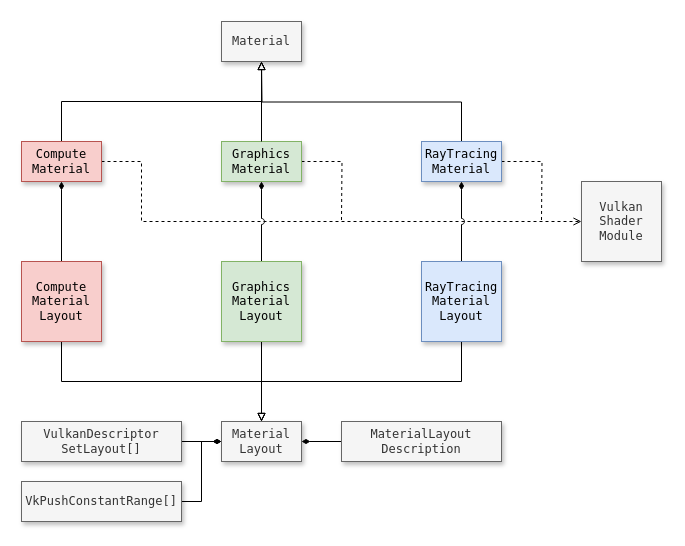
Above: _static/images/material/material_class_diagram.drawio in TimZoet/SOL-manual (draw.io), before the change. Source tidied: cells renumbered, new cells numbered last; positions are measured from the earlier drawing's top-left corner, leaving out a move shared by most shapes. Both pictures are drawn from the tidied source at 100%, with x=0, y=0 at pixel (21, 21).
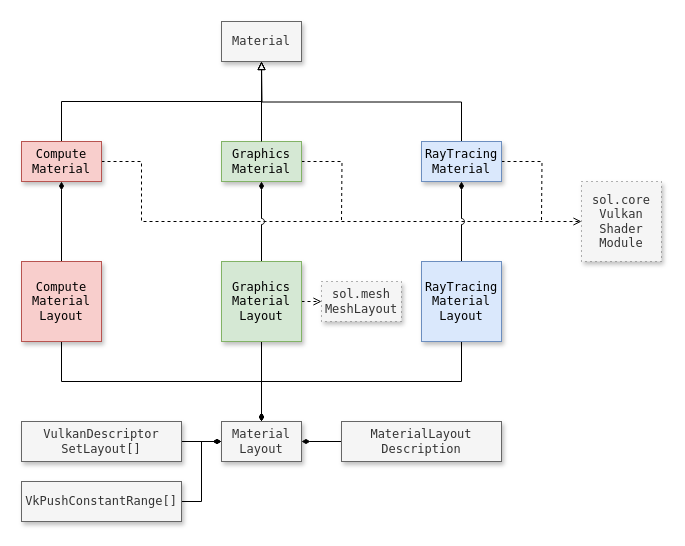
The same page after the edit.

Unchanged cells that the change refers to:
```xml
<mxCell id="13" value="Material&lt;br&gt;Layout" style="rounded=0;whiteSpace=wrap;html=1;shadow=1;fontFamily=Lucida Console;fillColor=#f5f5f5;fontColor=#333333;strokeColor=#666666;" parent="1" vertex="1">
  <mxGeometry x="200" y="400" width="80" height="40" as="geometry" />
</mxCell>
<mxCell id="15" value="Compute&lt;br&gt;Material&lt;br&gt;Layout" style="rounded=0;shadow=1;fontFamily=Lucida Console;fillColor=#f8cecc;strokeColor=#b85450;align=center;html=1;whiteSpace=wrap;" parent="1" vertex="1">
  <mxGeometry y="240" width="80" height="80" as="geometry" />
</mxCell>
<mxCell id="22" value="Graphics&lt;br&gt;Material&lt;br&gt;Layout" style="rounded=0;whiteSpace=wrap;html=1;shadow=1;fontFamily=Lucida Console;fillColor=#d5e8d4;strokeColor=#82b366;verticalAlign=middle;" parent="1" vertex="1">
  <mxGeometry x="200" y="240" width="80" height="80" as="geometry" />
</mxCell>
<mxCell id="24" value="RayTracing&lt;br&gt;Material&lt;br&gt;Layout" style="rounded=0;whiteSpace=wrap;html=1;shadow=1;fontFamily=Lucida Console;fillColor=#dae8fc;strokeColor=#6c8ebf;" parent="1" vertex="1">
  <mxGeometry x="400" y="240" width="80" height="80" as="geometry" />
</mxCell>
```

What changed in the source:
```diff
@@
-    <mxCell id="2" value="Material" style="rounded=0;whiteSpace=wrap;html=1;shadow=1;fontFamily=Lucida Console;fillColor=#f5f5f5;fontColor=#333333;strokeColor=#666666;" parent="1" vertex="1">
+    <mxCell id="2" value="Material" style="rounded=0;whiteSpace=wrap;html=1;shadow=1;fontFamily=Lucida Console;fillColor=#f5f5f5;strokeColor=#666666;fontColor=#333333;" parent="1" vertex="1">
       <mxGeometry x="200" width="80" height="40" as="geometry" />
     </mxCell>
@@
-    <mxCell id="11" style="edgeStyle=orthogonalEdgeStyle;rounded=0;jumpStyle=none;html=1;exitX=0.5;exitY=1;exitDx=0;exitDy=0;entryX=0.5;entryY=0;entryDx=0;entryDy=0;fontFamily=Lucida Console;startArrow=none;startFill=0;endArrow=block;endFill=0;" parent="1" edge="1" source="22" target="13">
+    <mxCell id="11" style="edgeStyle=orthogonalEdgeStyle;rounded=0;jumpStyle=none;html=1;exitX=0.5;exitY=1;exitDx=0;exitDy=0;entryX=0.5;entryY=0;entryDx=0;entryDy=0;fontFamily=Lucida Console;startArrow=none;startFill=0;endArrow=diamondThin;endFill=1;" parent="1" edge="1" source="22" target="13">
       <mxGeometry relative="1" as="geometry" />
     </mxCell>
@@
-    <mxCell id="14" style="edgeStyle=orthogonalEdgeStyle;rounded=0;jumpStyle=none;html=1;exitX=0.5;exitY=1;exitDx=0;exitDy=0;entryX=0.5;entryY=0;entryDx=0;entryDy=0;fontFamily=Lucida Console;startArrow=none;startFill=0;endArrow=block;endFill=0;" parent="1" edge="1" source="15" target="13">
+    <mxCell id="14" style="edgeStyle=orthogonalEdgeStyle;rounded=0;jumpStyle=none;html=1;exitX=0.5;exitY=1;exitDx=0;exitDy=0;entryX=0.5;entryY=0;entryDx=0;entryDy=0;fontFamily=Lucida Console;startArrow=none;startFill=0;endArrow=diamondThin;endFill=1;" parent="1" edge="1" source="15" target="13">
       <mxGeometry relative="1" as="geometry" />
     </mxCell>
@@
+    <mxCell id="29" style="edgeStyle=none;html=1;exitX=1;exitY=0.5;exitDx=0;exitDy=0;entryX=0;entryY=0.5;entryDx=0;entryDy=0;dashed=1;endArrow=open;endFill=0;" parent="1" edge="1" source="22" target="30">
+      <mxGeometry relative="1" as="geometry" />
+    </mxCell>
@@
-    <mxCell id="23" style="edgeStyle=orthogonalEdgeStyle;rounded=0;jumpStyle=none;html=1;exitX=0.5;exitY=1;exitDx=0;exitDy=0;entryX=0.5;entryY=0;entryDx=0;entryDy=0;fontFamily=Lucida Console;startArrow=none;startFill=0;endArrow=block;endFill=0;" parent="1" edge="1" source="24" target="13">
+    <mxCell id="23" style="edgeStyle=orthogonalEdgeStyle;rounded=0;jumpStyle=none;html=1;exitX=0.5;exitY=1;exitDx=0;exitDy=0;entryX=0.5;entryY=0;entryDx=0;entryDy=0;fontFamily=Lucida Console;startArrow=none;startFill=0;endArrow=diamondThin;endFill=1;" parent="1" edge="1" source="24" target="13">
       <mxGeometry relative="1" as="geometry" />
     </mxCell>
@@
-    <mxCell id="25" value="Vulkan&lt;br&gt;Shader&lt;br&gt;Module" style="rounded=0;whiteSpace=wrap;html=1;shadow=1;fontFamily=Lucida Console;fillColor=#f5f5f5;fontColor=#333333;strokeColor=#666666;" parent="1" vertex="1">
+    <mxCell id="25" value="sol.core&lt;br&gt;Vulkan&lt;br&gt;Shader&lt;br&gt;Module" style="rounded=0;whiteSpace=wrap;html=1;shadow=1;fontFamily=Lucida Console;fillColor=#f5f5f5;fontColor=#333333;strokeColor=#666666;dashed=1;dashPattern=1 4;" parent="1" vertex="1">
       <mxGeometry x="560" y="160" width="80" height="80" as="geometry" />
     </mxCell>
@@
+    <mxCell id="30" value="sol.mesh&lt;br&gt;MeshLayout" style="rounded=0;whiteSpace=wrap;html=1;shadow=1;fontFamily=Lucida Console;fillColor=#f5f5f5;fontColor=#333333;strokeColor=#666666;dashed=1;dashPattern=1 4;" parent="1" vertex="1">
+      <mxGeometry x="300" y="260" width="80" height="40" as="geometry" />
+    </mxCell>
```
